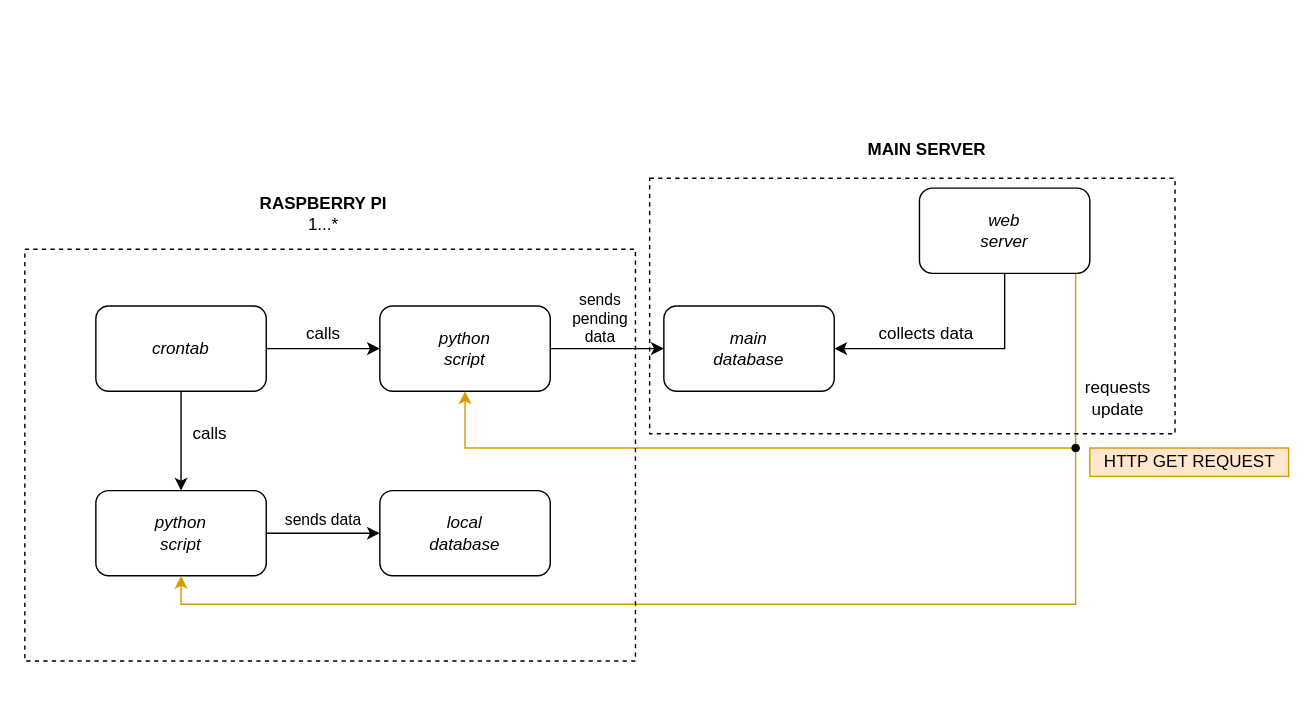
Before: workflow/workflow.drawio in pedro-carmine/network-monitoring-raspberry, a draw.io diagram. Source tidied: cells renumbered, new cells numbered last; positions are measured from the earlier drawing's top-left corner, leaving out a move shared by most shapes. Both pictures are drawn from the tidied source at 142%, with x=0, y=0 at pixel (24, 135).
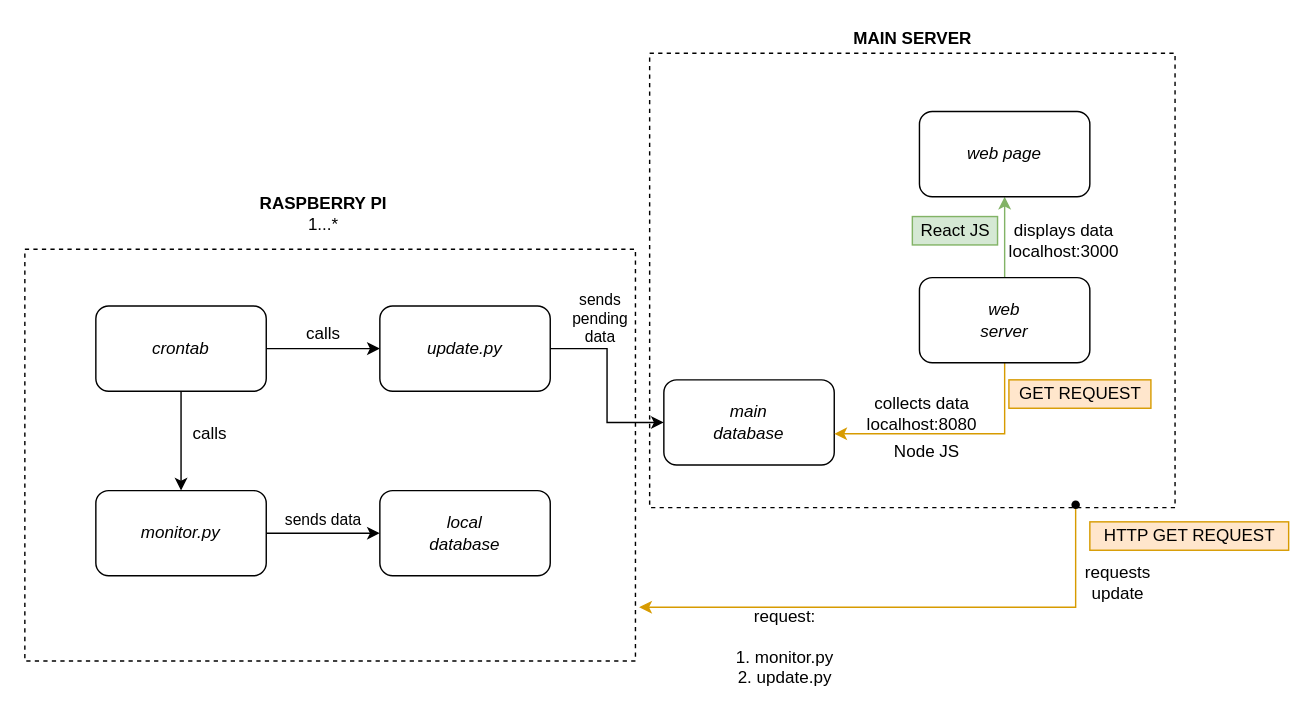
The same diagram, later.

Change to the diagram source:
```diff
@@
+    <mxCell id="24" style="rounded=0;whiteSpace=wrap;html=1;fillColor=none;dashed=1;" parent="1" vertex="1">
+      <mxGeometry x="440" y="-58" width="370" height="320" as="geometry" />
+    </mxCell>
+    <mxCell id="22" style="rounded=0;whiteSpace=wrap;html=1;fillColor=none;dashed=1;" parent="1" vertex="1">
+      <mxGeometry y="80" width="430" height="290" as="geometry" />
+    </mxCell>
@@
-    <mxCell id="7" value="python&lt;br&gt;script" style="rounded=1;whiteSpace=wrap;html=1;fontStyle=2;" parent="1" vertex="1">
+    <mxCell id="7" value="monitor.py" style="rounded=1;whiteSpace=wrap;html=1;fontStyle=2;" parent="1" vertex="1">
       <mxGeometry x="50" y="250" width="120" height="60" as="geometry" />
     </mxCell>
@@
-    <mxCell id="11" value="python&lt;br&gt;script" style="rounded=1;whiteSpace=wrap;html=1;fontStyle=2;" parent="1" vertex="1">
+    <mxCell id="11" value="update.py" style="rounded=1;whiteSpace=wrap;html=1;fontStyle=2;" parent="1" vertex="1">
       <mxGeometry x="250" y="120" width="120" height="60" as="geometry" />
     </mxCell>
@@
     <mxCell id="13" value="main&lt;br&gt;database" style="rounded=1;whiteSpace=wrap;html=1;fontStyle=2;" parent="1" vertex="1">
-      <mxGeometry x="450" y="120" width="120" height="60" as="geometry" />
+      <mxGeometry x="450" y="172" width="120" height="60" as="geometry" />
     </mxCell>
@@
-    <mxCell id="15" style="edgeStyle=orthogonalEdgeStyle;rounded=0;jettySize=auto;html=1;exitX=0.75;exitY=1;exitDx=0;exitDy=0;entryX=0.5;entryY=1;entryDx=0;entryDy=0;fillColor=#ffe6cc;strokeColor=#d79b00;" parent="1" edge="1" target="7">
-      <mxGeometry relative="1" as="geometry">
-        <mxPoint x="740" y="80" as="sourcePoint" />
-        <Array as="points">
-          <mxPoint x="740" y="330" />
-          <mxPoint x="110" y="330" />
-        </Array>
-      </mxGeometry>
-    </mxCell>
-    <mxCell id="16" value="collects data" style="text;html=1;strokeColor=none;fillColor=none;align=center;verticalAlign=middle;whiteSpace=wrap;rounded=0;" parent="1" vertex="1">
-      <mxGeometry x="590" y="125" width="90" height="30" as="geometry" />
+    <mxCell id="16" value="collects data&lt;br&gt;localhost:8080" style="text;html=1;strokeColor=none;fillColor=none;align=center;verticalAlign=middle;whiteSpace=wrap;rounded=0;" parent="1" vertex="1">
+      <mxGeometry x="587" y="181" width="90" height="30" as="geometry" />
     </mxCell>
-    <mxCell id="17" style="edgeStyle=orthogonalEdgeStyle;rounded=0;jettySize=auto;html=1;exitX=0.5;exitY=1;exitDx=0;exitDy=0;entryX=1;entryY=0.5;entryDx=0;entryDy=0;" parent="1" edge="1" source="18" target="13">
-      <mxGeometry relative="1" as="geometry" />
+    <mxCell id="17" style="edgeStyle=orthogonalEdgeStyle;rounded=0;jettySize=auto;html=1;exitX=0.5;exitY=1;exitDx=0;exitDy=0;fillColor=#ffe6cc;strokeColor=#d79b00;" parent="1" edge="1" source="18" target="13">
+      <mxGeometry relative="1" as="geometry">
+        <Array as="points">
+          <mxPoint x="690" y="210" />
+        </Array>
+      </mxGeometry>
     </mxCell>
+    <mxCell id="27" style="edgeStyle=orthogonalEdgeStyle;rounded=0;jettySize=auto;html=1;exitX=0.5;exitY=0;exitDx=0;exitDy=0;entryX=0.5;entryY=1;entryDx=0;entryDy=0;fillColor=#d5e8d4;strokeColor=#82b366;" parent="1" edge="1" source="18" target="31">
+      <mxGeometry relative="1" as="geometry" />
+    </mxCell>
     <mxCell id="18" value="&lt;i&gt;web&lt;br&gt;server&lt;br&gt;&lt;/i&gt;" style="rounded=1;whiteSpace=wrap;html=1;" parent="1" vertex="1">
-      <mxGeometry x="630" y="37" width="120" height="60" as="geometry" />
+      <mxGeometry x="630" y="100" width="120" height="60" as="geometry" />
     </mxCell>
     <mxCell id="19" value="requests&lt;br&gt;update" style="text;html=1;strokeColor=none;fillColor=none;align=center;verticalAlign=middle;whiteSpace=wrap;rounded=0;" parent="1" vertex="1">
-      <mxGeometry x="740" y="170" width="60" height="30" as="geometry" />
+      <mxGeometry x="740" y="300" width="60" height="30" as="geometry" />
     </mxCell>
-    <mxCell id="20" style="endArrow=classic;html=1;rounded=0;entryX=0.5;entryY=1;entryDx=0;entryDy=0;fillColor=#ffe6cc;strokeColor=#d79b00;" parent="1" edge="1" target="11">
-      <mxGeometry relative="1" as="geometry">
-        <mxPoint x="740" y="220" as="sourcePoint" />
-        <Array as="points">
-          <mxPoint x="600" y="220" />
-          <mxPoint x="310" y="220" />
-        </Array>
-      </mxGeometry>
-    </mxCell>
+    <mxCell id="28" style="edgeStyle=orthogonalEdgeStyle;rounded=0;jettySize=auto;html=1;entryX=1.006;entryY=0.69;entryDx=0;entryDy=0;entryPerimeter=0;fillColor=#ffe6cc;strokeColor=#d79b00;" parent="1" edge="1" source="21">
+      <mxGeometry relative="1" as="geometry">
+        <mxPoint x="432.6" y="332.1" as="targetPoint" />
+        <Array as="points">
+          <mxPoint x="740" y="332" />
+        </Array>
+      </mxGeometry>
+    </mxCell>
     <mxCell id="21" style="shape=waypoint;sketch=0;size=6;points=[];fillColor=none;perimeter=centerPerimeter;snapToPoint=1;rounded=1;" parent="1" vertex="1">
-      <mxGeometry x="720" y="200" width="40" height="40" as="geometry" />
+      <mxGeometry x="720" y="240" width="40" height="40" as="geometry" />
     </mxCell>
-    <mxCell id="22" style="rounded=0;whiteSpace=wrap;html=1;fillColor=none;dashed=1;" parent="1" vertex="1">
-      <mxGeometry y="80" width="430" height="290" as="geometry" />
-    </mxCell>
@@
-    <mxCell id="24" style="rounded=0;whiteSpace=wrap;html=1;fillColor=none;dashed=1;" parent="1" vertex="1">
-      <mxGeometry x="440" y="30" width="370" height="180" as="geometry" />
-    </mxCell>
     <mxCell id="25" value="&lt;b&gt;MAIN SERVER&lt;/b&gt;" style="text;html=1;align=center;verticalAlign=middle;strokeColor=none;fillColor=none;" parent="1" vertex="1">
-      <mxGeometry x="585" width="100" height="20" as="geometry" />
+      <mxGeometry x="575" y="-78" width="100" height="20" as="geometry" />
     </mxCell>
     <mxCell id="26" value="HTTP GET REQUEST" style="text;html=1;align=center;verticalAlign=middle;strokeColor=#d79b00;fillColor=#ffe6cc;" parent="1" vertex="1">
-      <mxGeometry x="750" y="220" width="140" height="20" as="geometry" />
+      <mxGeometry x="750" y="272" width="140" height="20" as="geometry" />
     </mxCell>
+    <mxCell id="29" value="request:&lt;br&gt;&lt;br&gt;1. monitor.py&lt;br&gt;2. update.py" style="text;html=1;align=center;verticalAlign=middle;strokeColor=none;fillColor=none;" parent="1" vertex="1">
+      <mxGeometry x="495" y="330" width="80" height="60" as="geometry" />
+    </mxCell>
+    <mxCell id="30" value="Node JS" style="text;html=1;align=center;verticalAlign=middle;strokeColor=none;fillColor=none;" parent="1" vertex="1">
+      <mxGeometry x="605" y="213" width="60" height="20" as="geometry" />
+    </mxCell>
+    <mxCell id="31" value="web page" style="rounded=1;whiteSpace=wrap;html=1;fontStyle=2;" parent="1" vertex="1">
+      <mxGeometry x="630" y="-17" width="120" height="60" as="geometry" />
+    </mxCell>
+    <mxCell id="32" value="displays data&lt;br&gt;localhost:3000" style="text;html=1;strokeColor=none;fillColor=none;align=center;verticalAlign=middle;whiteSpace=wrap;rounded=0;" parent="1" vertex="1">
+      <mxGeometry x="687" y="59" width="90" height="30" as="geometry" />
+    </mxCell>
+    <mxCell id="33" value="React JS" style="text;html=1;align=center;verticalAlign=middle;strokeColor=#82b366;fillColor=#d5e8d4;" parent="1" vertex="1">
+      <mxGeometry x="625" y="57" width="60" height="20" as="geometry" />
+    </mxCell>
+    <mxCell id="34" value="GET REQUEST" style="text;html=1;align=center;verticalAlign=middle;strokeColor=#d79b00;fillColor=#ffe6cc;" parent="1" vertex="1">
+      <mxGeometry x="693" y="172" width="100" height="20" as="geometry" />
+    </mxCell>
```
